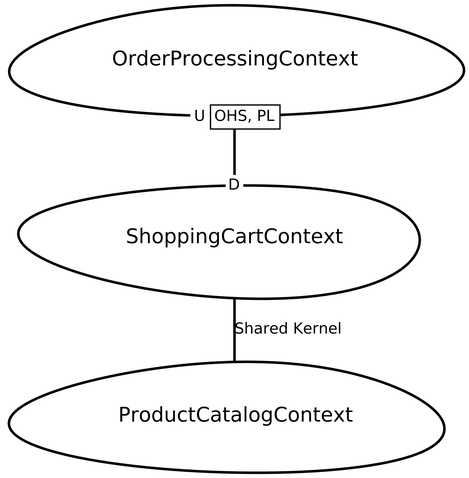
This is src-gen/mapa_ContextMap.png from Cristh27/ContexMapperTarea, a Graphviz export, as it was before one commit. Its source is kept beside it as src-gen/mapa_ContextMap.gv.
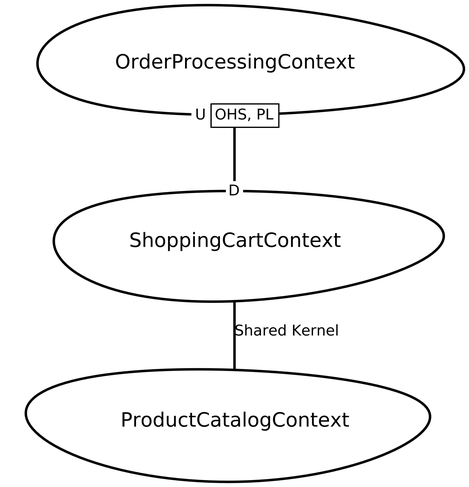
The same diagram one commit later.

Change to the diagram source:
```diff
@@ -1,12 +1,54 @@
 digraph "ContextMapGraph" {
-graph ["imagepath"="/tmp/GraphvizJava"]
-"OrderProcessingContext" ["margin"="0.3","orientation"="269","shape"="egg","fontsize"="16","style"="bold","label"="OrderProcessingContext\n","fontname"="sans-serif"]
-"ShoppingCartContext" ["margin"="0.3","orientation"="80","shape"="egg","fontsize"="16","style"="bold","label"="ShoppingCartContext\n","fontname"="sans-serif"]
-"ProductCatalogContext" ["margin"="0.3","orientation"="284","shape"="egg","fontsize"="16","style"="bold","label"="ProductCatalogContext\n","fontname"="sans-serif"]
-"OrderProcessingContext" -> "ShoppingCartContext" ["headlabel"=<<table cellspacing="0" cellborder="0" border="0">
-<tr><td bgcolor="white">D</td></tr>
-</table>>,"labeldistance"="0","fontsize"="12","taillabel"=<<table cellspacing="0" cellborder="1" border="0">
-<tr><td bgcolor="white" sides="r">U</td><td sides="trbl" bgcolor="white"><font>OHS, PL</font></td></tr>
-</table>>,"style"="bold","label"="                                        ","dir"="none","fontname"="sans-serif"]
-"ShoppingCartContext" -> "ProductCatalogContext" ["fontsize"="12","style"="bold","label"="Shared Kernel","dir"="none","fontname"="sans-serif"]
+    "GestionInventario" [
+        "margin"="0.3",
+        "orientation"="35",
+        "shape"="egg",
+        "fontsize"="16",
+        "style"="bold",
+        "label"="GestionInventario\nInventario",
+        "fontname"="sans-serif"
+    ]
+
+    "ServiciosFotocopias" [
+        "margin"="0.3",
+        "orientation"="267",
+        "shape"="egg",
+        "fontsize"="16",
+        "style"="bold",
+        "label"="ServiciosFotocopias\nFotocopias",
+        "fontname"="sans-serif"
+    ]
+
+    "ProcesamientoPedidos" [
+        "margin"="0.3",
+        "orientation"="91",
+        "shape"="egg",
+        "fontsize"="16",
+        "style"="bold",
+        "label"="ProcesamientoPedidos\nPedidos",
+        "fontname"="sans-serif"
+    ]
+
+    "GestionInventario" -> "ServiciosFotocopias" [
+        "headlabel"=<<table cellspacing="0" cellborder="0" border="0">
+            <tr><td bgcolor="white">U</td></tr>
+        </table>>,
+        "labeldistance"="0",
+        "fontsize"="12",
+        "taillabel"=<<table cellspacing="0" cellborder="1" border="0">
+            <tr><td bgcolor="white" sides="r">OHS, PL</td></tr>
+        </table>>,
+        "style"="bold",
+        "label"="                                        ",
+        "dir"="none",
+        "fontname"="sans-serif"
+    ]
+
+    "ServiciosFotocopias" -> "ProcesamientoPedidos" [
+        "fontsize"="12",
+        "style"="bold",
+        "label"="Shared Kernel",
+        "dir"="none",
+        "fontname"="sans-serif"
+    ]
 }
```
